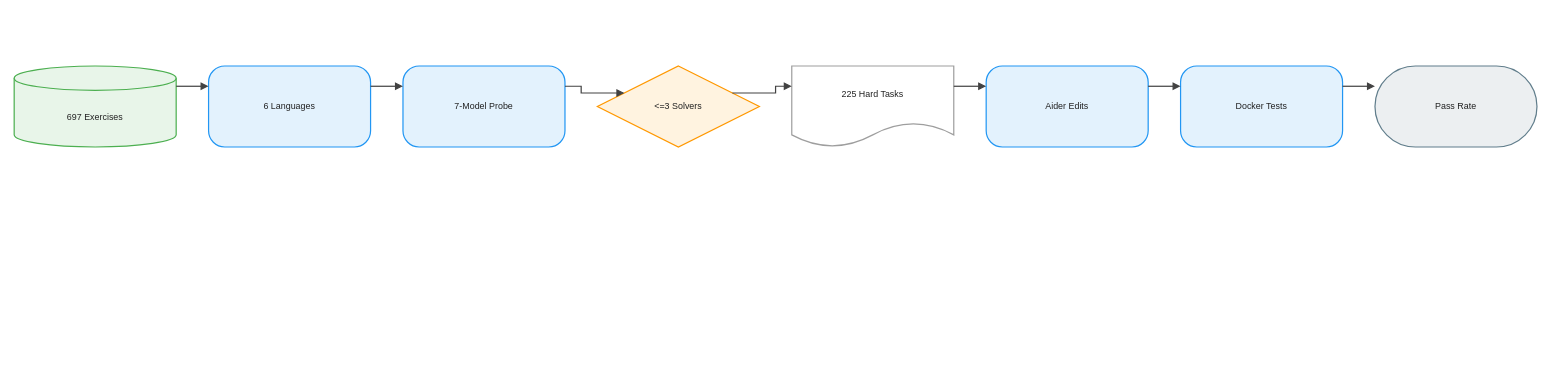
joe1chief/benchmark-hub keeps this draw.io diagram as client/public/drawio/Aider_Polyglot/Aider_Polyglot.en.drawio. Above is the earlier version. Source tidied: cells renumbered, new cells numbered last; positions are measured from the earlier drawing's top-left corner, leaving out a move shared by most shapes. Both pictures are drawn from the tidied source at 81%, with x=0, y=0 at pixel (14, 66).
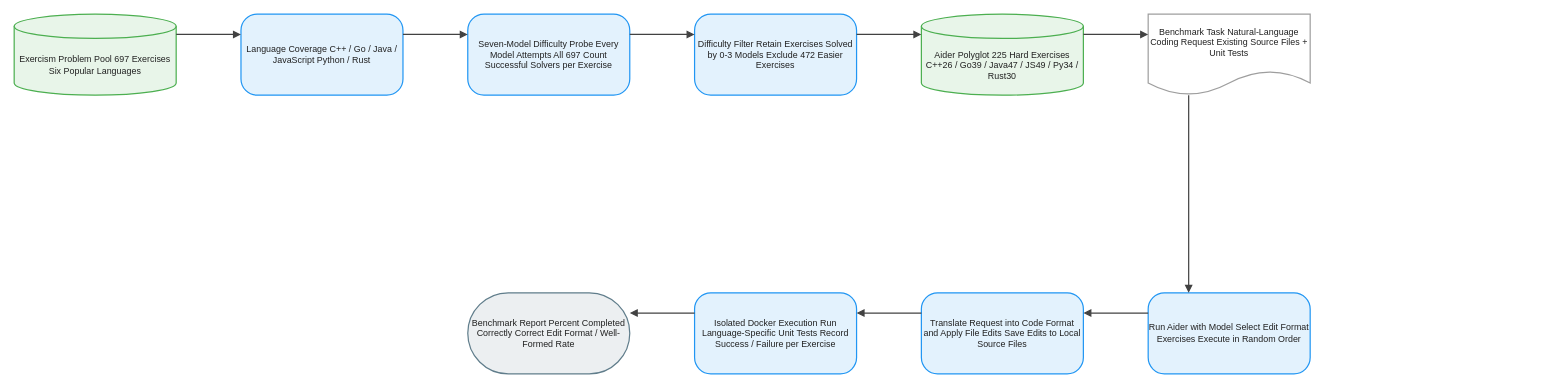
The same diagram, later.

Diff of the diagram source:
```diff
@@
-    <mxCell id="2" value="697 Exercises" style="shape=cylinder3;boundedLbl=1;backgroundOutline=1;size=15;html=1;whiteSpace=wrap;fillColor=#E8F5E9;strokeColor=#4CAF50;strokeWidth=1.5;fontColor=#212121;fontSize=11;fontFamily=Arial, Helvetica, sans-serif;verticalAlign=middle;align=center;" parent="1" vertex="1">
-      <mxGeometry width="200" height="100" as="geometry" />
+    <mxCell id="2" value="Exercism Problem Pool 697 Exercises Six Popular Languages" style="shape=cylinder3;boundedLbl=1;backgroundOutline=1;size=15;html=1;whiteSpace=wrap;fillColor=#E8F5E9;strokeColor=#4CAF50;strokeWidth=1.5;fontColor=#212121;fontSize=11;fontFamily=Arial, Helvetica, sans-serif;verticalAlign=middle;align=center;" parent="1" vertex="1">
+      <mxGeometry y="-64" width="200" height="100" as="geometry" />
     </mxCell>
-    <mxCell id="3" value="6 Languages" style="rounded=1;arcSize=20;html=1;whiteSpace=wrap;fillColor=#E3F2FD;strokeColor=#2196F3;strokeWidth=1.5;fontColor=#212121;fontSize=11;fontFamily=Arial, Helvetica, sans-serif;verticalAlign=middle;align=center;" parent="1" vertex="1">
-      <mxGeometry x="240" width="200" height="100" as="geometry" />
+    <mxCell id="3" value="Language Coverage C++ / Go / Java / JavaScript Python / Rust" style="rounded=1;arcSize=20;html=1;whiteSpace=wrap;fillColor=#E3F2FD;strokeColor=#2196F3;strokeWidth=1.5;fontColor=#212121;fontSize=11;fontFamily=Arial, Helvetica, sans-serif;verticalAlign=middle;align=center;" parent="1" vertex="1">
+      <mxGeometry x="280" y="-64" width="200" height="100" as="geometry" />
     </mxCell>
-    <mxCell id="4" value="7-Model Probe" style="rounded=1;arcSize=20;html=1;whiteSpace=wrap;fillColor=#E3F2FD;strokeColor=#2196F3;strokeWidth=1.5;fontColor=#212121;fontSize=11;fontFamily=Arial, Helvetica, sans-serif;verticalAlign=middle;align=center;" parent="1" vertex="1">
-      <mxGeometry x="480" width="200" height="100" as="geometry" />
+    <mxCell id="4" value="Seven-Model Difficulty Probe Every Model Attempts All 697 Count Successful Solvers per Exercise" style="rounded=1;arcSize=20;html=1;whiteSpace=wrap;fillColor=#E3F2FD;strokeColor=#2196F3;strokeWidth=1.5;fontColor=#212121;fontSize=11;fontFamily=Arial, Helvetica, sans-serif;verticalAlign=middle;align=center;" parent="1" vertex="1">
+      <mxGeometry x="560" y="-64" width="200" height="100" as="geometry" />
     </mxCell>
-    <mxCell id="5" value="&lt;=3 Solvers" style="rhombus;html=1;whiteSpace=wrap;fillColor=#FFF3E0;strokeColor=#FF9800;strokeWidth=1.5;fontColor=#212121;fontSize=11;fontFamily=Arial, Helvetica, sans-serif;verticalAlign=middle;align=center;" parent="1" vertex="1">
-      <mxGeometry x="720" width="200" height="100" as="geometry" />
+    <mxCell id="5" value="Difficulty Filter Retain Exercises Solved by 0-3 Models Exclude 472 Easier Exercises" style="rounded=1;arcSize=20;html=1;whiteSpace=wrap;fillColor=#E3F2FD;strokeColor=#2196F3;strokeWidth=1.5;fontColor=#212121;fontSize=11;fontFamily=Arial, Helvetica, sans-serif;verticalAlign=middle;align=center;" parent="1" vertex="1">
+      <mxGeometry x="840" y="-64" width="200" height="100" as="geometry" />
     </mxCell>
-    <mxCell id="6" value="225 Hard Tasks" style="shape=document;boundedLbl=1;html=1;whiteSpace=wrap;fillColor=#FFFFFF;strokeColor=#9E9E9E;strokeWidth=1.5;fontColor=#212121;fontSize=11;fontFamily=Arial, Helvetica, sans-serif;verticalAlign=middle;align=center;" parent="1" vertex="1">
-      <mxGeometry x="960" width="200" height="100" as="geometry" />
+    <mxCell id="6" value="Aider Polyglot 225 Hard Exercises C++26 / Go39 / Java47 / JS49 / Py34 / Rust30" style="shape=cylinder3;boundedLbl=1;backgroundOutline=1;size=15;html=1;whiteSpace=wrap;fillColor=#E8F5E9;strokeColor=#4CAF50;strokeWidth=1.5;fontColor=#212121;fontSize=11;fontFamily=Arial, Helvetica, sans-serif;verticalAlign=middle;align=center;" parent="1" vertex="1">
+      <mxGeometry x="1120" y="-64" width="200" height="100" as="geometry" />
     </mxCell>
-    <mxCell id="7" value="Aider Edits" style="rounded=1;arcSize=20;html=1;whiteSpace=wrap;fillColor=#E3F2FD;strokeColor=#2196F3;strokeWidth=1.5;fontColor=#212121;fontSize=11;fontFamily=Arial, Helvetica, sans-serif;verticalAlign=middle;align=center;" parent="1" vertex="1">
-      <mxGeometry x="1200" width="200" height="100" as="geometry" />
+    <mxCell id="7" value="Benchmark Task Natural-Language Coding Request Existing Source Files + Unit Tests" style="shape=document;boundedLbl=1;html=1;whiteSpace=wrap;fillColor=#FFFFFF;strokeColor=#9E9E9E;strokeWidth=1.5;fontColor=#212121;fontSize=11;fontFamily=Arial, Helvetica, sans-serif;verticalAlign=middle;align=center;" parent="1" vertex="1">
+      <mxGeometry x="1400" y="-64" width="200" height="100" as="geometry" />
     </mxCell>
-    <mxCell id="8" value="Docker Tests" style="rounded=1;arcSize=20;html=1;whiteSpace=wrap;fillColor=#E3F2FD;strokeColor=#2196F3;strokeWidth=1.5;fontColor=#212121;fontSize=11;fontFamily=Arial, Helvetica, sans-serif;verticalAlign=middle;align=center;" parent="1" vertex="1">
-      <mxGeometry x="1440" width="200" height="100" as="geometry" />
+    <mxCell id="8" value="Run Aider with Model Select Edit Format Exercises Execute in Random Order" style="rounded=1;arcSize=20;html=1;whiteSpace=wrap;fillColor=#E3F2FD;strokeColor=#2196F3;strokeWidth=1.5;fontColor=#212121;fontSize=11;fontFamily=Arial, Helvetica, sans-serif;verticalAlign=middle;align=center;" parent="1" vertex="1">
+      <mxGeometry x="1400" y="280" width="200" height="100" as="geometry" />
     </mxCell>
-    <mxCell id="9" value="Pass Rate" style="rounded=1;arcSize=50;html=1;whiteSpace=wrap;fillColor=#ECEFF1;strokeColor=#607D8B;strokeWidth=1.5;fontColor=#212121;fontSize=11;fontFamily=Arial, Helvetica, sans-serif;verticalAlign=middle;align=center;" parent="1" vertex="1">
-      <mxGeometry x="1680" width="200" height="100" as="geometry" />
+    <mxCell id="9" value="Translate Request into Code Format and Apply File Edits Save Edits to Local Source Files" style="rounded=1;arcSize=20;html=1;whiteSpace=wrap;fillColor=#E3F2FD;strokeColor=#2196F3;strokeWidth=1.5;fontColor=#212121;fontSize=11;fontFamily=Arial, Helvetica, sans-serif;verticalAlign=middle;align=center;" parent="1" vertex="1">
+      <mxGeometry x="1120" y="280" width="200" height="100" as="geometry" />
     </mxCell>
-    <mxCell id="10" style="edgeStyle=orthogonalEdgeStyle;rounded=0;jettySize=auto;html=1;strokeColor=#424242;strokeWidth=1.5;endArrow=block;endFill=1;exitX=1;exitY=0.25;exitDx=0;exitDy=0;entryX=0;entryY=0.25;entryDx=0;entryDy=0;jumpStyle=arc;jumpSize=8;" parent="1" edge="1" source="2" target="3">
-      <mxGeometry relative="1" as="geometry" />
+    <mxCell id="10" value="Isolated Docker Execution Run Language-Specific Unit Tests Record Success / Failure per Exercise" style="rounded=1;arcSize=20;html=1;whiteSpace=wrap;fillColor=#E3F2FD;strokeColor=#2196F3;strokeWidth=1.5;fontColor=#212121;fontSize=11;fontFamily=Arial, Helvetica, sans-serif;verticalAlign=middle;align=center;" parent="1" vertex="1">
+      <mxGeometry x="840" y="280" width="200" height="100" as="geometry" />
     </mxCell>
-    <mxCell id="11" style="edgeStyle=orthogonalEdgeStyle;rounded=0;jettySize=auto;html=1;strokeColor=#424242;strokeWidth=1.5;endArrow=block;endFill=1;exitX=1;exitY=0.25;exitDx=0;exitDy=0;entryX=0;entryY=0.25;entryDx=0;entryDy=0;jumpStyle=arc;jumpSize=8;" parent="1" edge="1" source="3" target="4">
-      <mxGeometry relative="1" as="geometry" />
+    <mxCell id="11" value="Benchmark Report Percent Completed Correctly Correct Edit Format / Well-Formed Rate" style="rounded=1;arcSize=50;html=1;whiteSpace=wrap;fillColor=#ECEFF1;strokeColor=#607D8B;strokeWidth=1.5;fontColor=#212121;fontSize=11;fontFamily=Arial, Helvetica, sans-serif;verticalAlign=middle;align=center;" parent="1" vertex="1">
+      <mxGeometry x="560" y="280" width="200" height="100" as="geometry" />
     </mxCell>
-    <mxCell id="12" style="edgeStyle=orthogonalEdgeStyle;rounded=0;jettySize=auto;html=1;strokeColor=#424242;strokeWidth=1.5;endArrow=block;endFill=1;exitX=1;exitY=0.25;exitDx=0;exitDy=0;entryX=0;entryY=0.25;entryDx=0;entryDy=0;jumpStyle=arc;jumpSize=8;" parent="1" edge="1" source="4" target="5">
+    <mxCell id="12" style="edgeStyle=orthogonalEdgeStyle;rounded=0;jettySize=auto;html=1;strokeColor=#424242;strokeWidth=1.5;endArrow=block;endFill=1;exitX=1;exitY=0.25;exitDx=0;exitDy=0;entryX=0;entryY=0.25;entryDx=0;entryDy=0;jumpStyle=arc;jumpSize=8;" parent="1" edge="1" source="2" target="3">
       <mxGeometry relative="1" as="geometry" />
     </mxCell>
-    <mxCell id="13" style="edgeStyle=orthogonalEdgeStyle;rounded=0;jettySize=auto;html=1;strokeColor=#424242;strokeWidth=1.5;endArrow=block;endFill=1;exitX=1;exitY=0.25;exitDx=0;exitDy=0;entryX=0;entryY=0.25;entryDx=0;entryDy=0;jumpStyle=arc;jumpSize=8;" parent="1" edge="1" source="5" target="6">
+    <mxCell id="13" style="edgeStyle=orthogonalEdgeStyle;rounded=0;jettySize=auto;html=1;strokeColor=#424242;strokeWidth=1.5;endArrow=block;endFill=1;exitX=1;exitY=0.25;exitDx=0;exitDy=0;entryX=0;entryY=0.25;entryDx=0;entryDy=0;jumpStyle=arc;jumpSize=8;" parent="1" edge="1" source="3" target="4">
       <mxGeometry relative="1" as="geometry" />
     </mxCell>
-    <mxCell id="14" style="edgeStyle=orthogonalEdgeStyle;rounded=0;jettySize=auto;html=1;strokeColor=#424242;strokeWidth=1.5;endArrow=block;endFill=1;exitX=1;exitY=0.25;exitDx=0;exitDy=0;entryX=0;entryY=0.25;entryDx=0;entryDy=0;jumpStyle=arc;jumpSize=8;" parent="1" edge="1" source="6" target="7">
+    <mxCell id="14" style="edgeStyle=orthogonalEdgeStyle;rounded=0;jettySize=auto;html=1;strokeColor=#424242;strokeWidth=1.5;endArrow=block;endFill=1;exitX=1;exitY=0.25;exitDx=0;exitDy=0;entryX=0;entryY=0.25;entryDx=0;entryDy=0;jumpStyle=arc;jumpSize=8;" parent="1" edge="1" source="4" target="5">
       <mxGeometry relative="1" as="geometry" />
     </mxCell>
-    <mxCell id="15" style="edgeStyle=orthogonalEdgeStyle;rounded=0;jettySize=auto;html=1;strokeColor=#424242;strokeWidth=1.5;endArrow=block;endFill=1;exitX=1;exitY=0.25;exitDx=0;exitDy=0;entryX=0;entryY=0.25;entryDx=0;entryDy=0;jumpStyle=arc;jumpSize=8;" parent="1" edge="1" source="7" target="8">
+    <mxCell id="15" style="edgeStyle=orthogonalEdgeStyle;rounded=0;jettySize=auto;html=1;strokeColor=#424242;strokeWidth=1.5;endArrow=block;endFill=1;exitX=1;exitY=0.25;exitDx=0;exitDy=0;entryX=0;entryY=0.25;entryDx=0;entryDy=0;jumpStyle=arc;jumpSize=8;" parent="1" edge="1" source="5" target="6">
       <mxGeometry relative="1" as="geometry" />
     </mxCell>
-    <mxCell id="16" style="edgeStyle=orthogonalEdgeStyle;rounded=0;jettySize=auto;html=1;strokeColor=#424242;strokeWidth=1.5;endArrow=block;endFill=1;exitX=1;exitY=0.25;exitDx=0;exitDy=0;entryX=0;entryY=0.25;entryDx=0;entryDy=0;jumpStyle=arc;jumpSize=8;" parent="1" edge="1" source="8" target="9">
+    <mxCell id="16" style="edgeStyle=orthogonalEdgeStyle;rounded=0;jettySize=auto;html=1;strokeColor=#424242;strokeWidth=1.5;endArrow=block;endFill=1;exitX=1;exitY=0.25;exitDx=0;exitDy=0;entryX=0;entryY=0.25;entryDx=0;entryDy=0;jumpStyle=arc;jumpSize=8;" parent="1" edge="1" source="6" target="7">
       <mxGeometry relative="1" as="geometry" />
     </mxCell>
+    <mxCell id="17" style="edgeStyle=orthogonalEdgeStyle;rounded=0;jettySize=auto;html=1;strokeColor=#424242;strokeWidth=1.5;endArrow=block;endFill=1;exitX=0.25;exitY=1;exitDx=0;exitDy=0;entryX=0.25;entryY=0;entryDx=0;entryDy=0;jumpStyle=arc;jumpSize=8;" parent="1" edge="1" source="7" target="8">
+      <mxGeometry relative="1" as="geometry" />
+    </mxCell>
+    <mxCell id="18" style="edgeStyle=orthogonalEdgeStyle;rounded=0;jettySize=auto;html=1;strokeColor=#424242;strokeWidth=1.5;endArrow=block;endFill=1;exitX=0;exitY=0.25;exitDx=0;exitDy=0;entryX=1;entryY=0.25;entryDx=0;entryDy=0;jumpStyle=arc;jumpSize=8;" parent="1" edge="1" source="8" target="9">
+      <mxGeometry relative="1" as="geometry" />
+    </mxCell>
+    <mxCell id="19" style="edgeStyle=orthogonalEdgeStyle;rounded=0;jettySize=auto;html=1;strokeColor=#424242;strokeWidth=1.5;endArrow=block;endFill=1;exitX=0;exitY=0.25;exitDx=0;exitDy=0;entryX=1;entryY=0.25;entryDx=0;entryDy=0;jumpStyle=arc;jumpSize=8;" parent="1" edge="1" source="9" target="10">
+      <mxGeometry relative="1" as="geometry" />
+    </mxCell>
+    <mxCell id="20" style="edgeStyle=orthogonalEdgeStyle;rounded=0;jettySize=auto;html=1;strokeColor=#424242;strokeWidth=1.5;endArrow=block;endFill=1;exitX=0;exitY=0.25;exitDx=0;exitDy=0;entryX=1;entryY=0.25;entryDx=0;entryDy=0;jumpStyle=arc;jumpSize=8;" parent="1" edge="1" source="10" target="11">
+      <mxGeometry relative="1" as="geometry" />
+    </mxCell>
```
